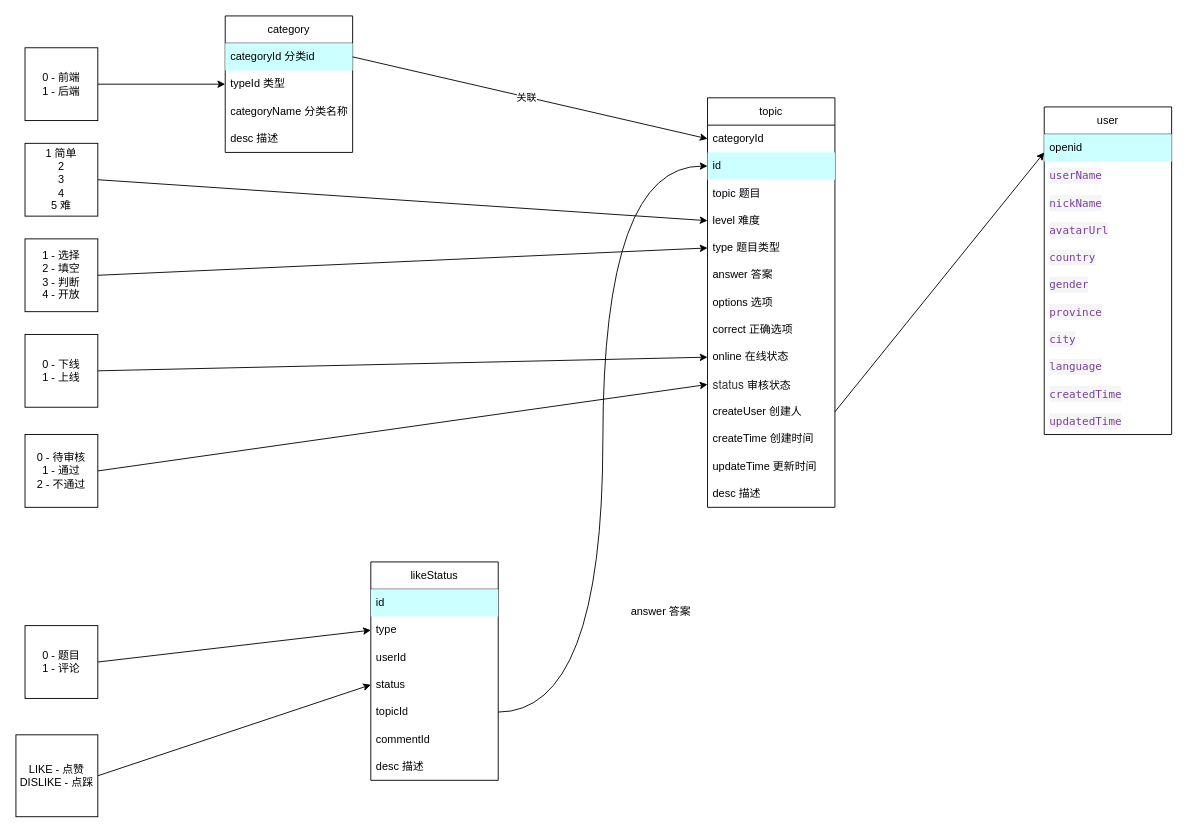
a835100635/face_server keeps this draw.io diagram as dataModel/model.dio. Above is the earlier version. Source tidied: cells renumbered, new cells numbered last; positions are measured from the earlier drawing's top-left corner, leaving out a move shared by most shapes. Both pictures are drawn from the tidied source at 91%, with x=0, y=0 at pixel (15, 15).
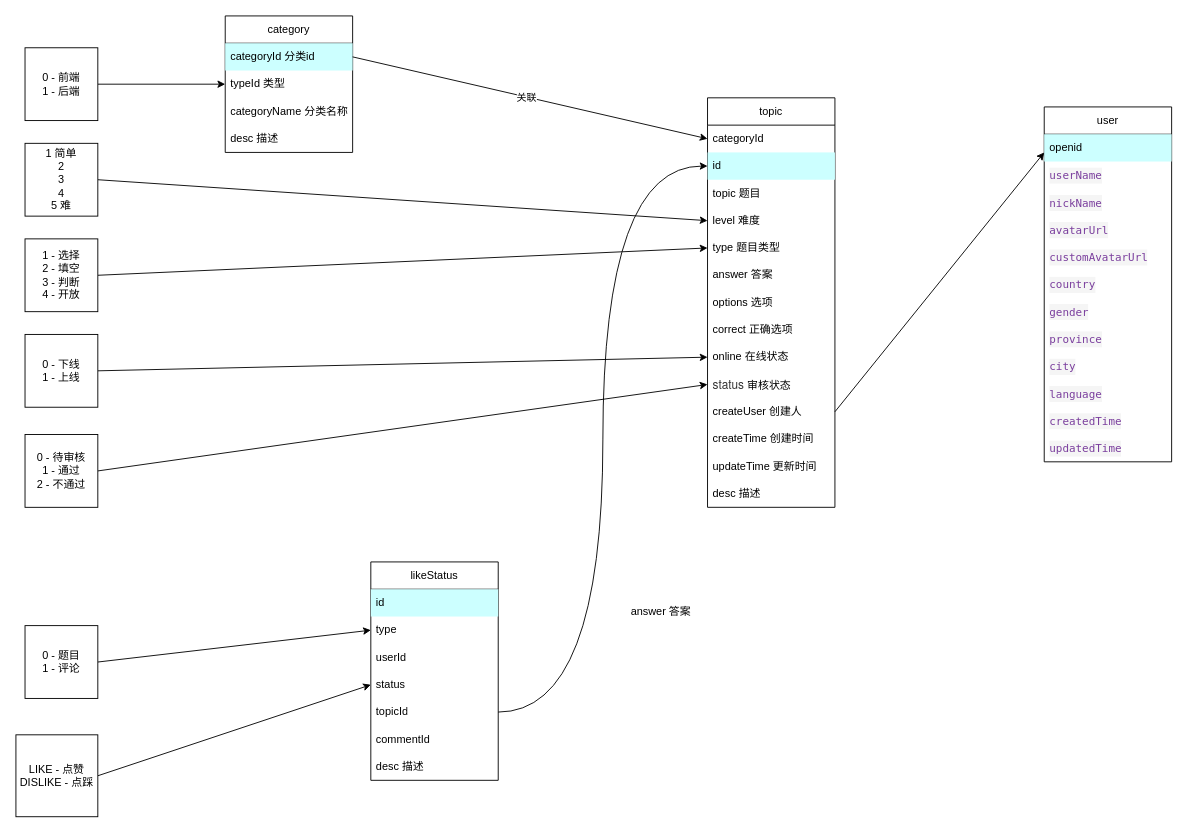
Above is the later version.

The edit, as a diff of the source:
```diff
@@
     <mxCell id="48" value="user" style="swimlane;fontStyle=0;horizontal=1;startSize=30;whiteSpace=wrap;html=1;" parent="1" vertex="1">
-      <mxGeometry x="1130" y="100" width="140" height="360" as="geometry" />
+      <mxGeometry x="1130" y="100" width="140" height="390" as="geometry" />
     </mxCell>
@@
+    <mxCell id="61" value="&lt;div style=&quot;color: rgb(51, 51, 51); background-color: rgb(245, 245, 245); font-family: &amp;quot;JetBrains Mono&amp;quot;, Menlo, Monaco, &amp;quot;Courier New&amp;quot;, monospace, Menlo, Monaco, &amp;quot;Courier New&amp;quot;, monospace; line-height: 18px;&quot;&gt;&lt;div style=&quot;line-height: 18px;&quot;&gt;&lt;span style=&quot;color: #7a3e9d;&quot;&gt;customAvatarUrl&lt;/span&gt;&lt;/div&gt;&lt;/div&gt;" style="text;strokeColor=none;fillColor=none;align=left;verticalAlign=middle;spacingLeft=4;spacingRight=4;overflow=hidden;whiteSpace=wrap;html=1;" parent="48" vertex="1">
+      <mxGeometry y="150" width="140" height="30" as="geometry" />
+    </mxCell>
     <mxCell id="53" value="&lt;div style=&quot;color: rgb(51, 51, 51); background-color: rgb(245, 245, 245); font-family: &amp;quot;JetBrains Mono&amp;quot;, Menlo, Monaco, &amp;quot;Courier New&amp;quot;, monospace, Menlo, Monaco, &amp;quot;Courier New&amp;quot;, monospace; line-height: 18px;&quot;&gt;&lt;span style=&quot;color: #7a3e9d;&quot;&gt;country&lt;/span&gt;&lt;/div&gt;" style="text;strokeColor=none;fillColor=none;align=left;verticalAlign=middle;spacingLeft=4;spacingRight=4;overflow=hidden;whiteSpace=wrap;html=1;" parent="48" vertex="1">
-      <mxGeometry y="150" width="140" height="30" as="geometry" />
+      <mxGeometry y="180" width="140" height="30" as="geometry" />
     </mxCell>
     <mxCell id="54" value="&lt;div style=&quot;color: rgb(51, 51, 51); background-color: rgb(245, 245, 245); font-family: &amp;quot;JetBrains Mono&amp;quot;, Menlo, Monaco, &amp;quot;Courier New&amp;quot;, monospace, Menlo, Monaco, &amp;quot;Courier New&amp;quot;, monospace; line-height: 18px;&quot;&gt;&lt;span style=&quot;color: #7a3e9d;&quot;&gt;gender&lt;/span&gt;&lt;/div&gt;" style="text;strokeColor=none;fillColor=none;align=left;verticalAlign=middle;spacingLeft=4;spacingRight=4;overflow=hidden;whiteSpace=wrap;html=1;" parent="48" vertex="1">
-      <mxGeometry y="180" width="140" height="30" as="geometry" />
+      <mxGeometry y="210" width="140" height="30" as="geometry" />
     </mxCell>
     <mxCell id="55" value="&lt;div style=&quot;color: rgb(51, 51, 51); background-color: rgb(245, 245, 245); font-family: &amp;quot;JetBrains Mono&amp;quot;, Menlo, Monaco, &amp;quot;Courier New&amp;quot;, monospace, Menlo, Monaco, &amp;quot;Courier New&amp;quot;, monospace; line-height: 18px;&quot;&gt;&lt;span style=&quot;color: #7a3e9d;&quot;&gt;province&lt;/span&gt;&lt;/div&gt;" style="text;strokeColor=none;fillColor=none;align=left;verticalAlign=middle;spacingLeft=4;spacingRight=4;overflow=hidden;whiteSpace=wrap;html=1;" parent="48" vertex="1">
-      <mxGeometry y="210" width="140" height="30" as="geometry" />
+      <mxGeometry y="240" width="140" height="30" as="geometry" />
     </mxCell>
     <mxCell id="56" value="&lt;div style=&quot;color: rgb(51, 51, 51); background-color: rgb(245, 245, 245); font-family: &amp;quot;JetBrains Mono&amp;quot;, Menlo, Monaco, &amp;quot;Courier New&amp;quot;, monospace, Menlo, Monaco, &amp;quot;Courier New&amp;quot;, monospace; line-height: 18px;&quot;&gt;&lt;span style=&quot;color: #7a3e9d;&quot;&gt;city&lt;/span&gt;&lt;/div&gt;" style="text;strokeColor=none;fillColor=none;align=left;verticalAlign=middle;spacingLeft=4;spacingRight=4;overflow=hidden;whiteSpace=wrap;html=1;" parent="48" vertex="1">
-      <mxGeometry y="240" width="140" height="30" as="geometry" />
+      <mxGeometry y="270" width="140" height="30" as="geometry" />
     </mxCell>
     <mxCell id="57" value="&lt;div style=&quot;color: rgb(51, 51, 51); background-color: rgb(245, 245, 245); font-family: &amp;quot;JetBrains Mono&amp;quot;, Menlo, Monaco, &amp;quot;Courier New&amp;quot;, monospace, Menlo, Monaco, &amp;quot;Courier New&amp;quot;, monospace; line-height: 18px;&quot;&gt;&lt;span style=&quot;color: #7a3e9d;&quot;&gt;language&lt;/span&gt;&lt;/div&gt;" style="text;strokeColor=none;fillColor=none;align=left;verticalAlign=middle;spacingLeft=4;spacingRight=4;overflow=hidden;whiteSpace=wrap;html=1;" parent="48" vertex="1">
-      <mxGeometry y="270" width="140" height="30" as="geometry" />
+      <mxGeometry y="300" width="140" height="30" as="geometry" />
     </mxCell>
     <mxCell id="58" value="&lt;div style=&quot;color: rgb(51, 51, 51); background-color: rgb(245, 245, 245); font-family: &amp;quot;JetBrains Mono&amp;quot;, Menlo, Monaco, &amp;quot;Courier New&amp;quot;, monospace, Menlo, Monaco, &amp;quot;Courier New&amp;quot;, monospace; line-height: 18px;&quot;&gt;&lt;span style=&quot;color: #7a3e9d;&quot;&gt;createdTime&lt;/span&gt;&lt;/div&gt;" style="text;strokeColor=none;fillColor=none;align=left;verticalAlign=middle;spacingLeft=4;spacingRight=4;overflow=hidden;whiteSpace=wrap;html=1;" parent="48" vertex="1">
-      <mxGeometry y="300" width="140" height="30" as="geometry" />
+      <mxGeometry y="330" width="140" height="30" as="geometry" />
     </mxCell>
     <mxCell id="59" value="&lt;div style=&quot;color: rgb(51, 51, 51); background-color: rgb(245, 245, 245); font-family: &amp;quot;JetBrains Mono&amp;quot;, Menlo, Monaco, &amp;quot;Courier New&amp;quot;, monospace, Menlo, Monaco, &amp;quot;Courier New&amp;quot;, monospace; line-height: 18px;&quot;&gt;&lt;span style=&quot;color: #7a3e9d;&quot;&gt;updatedTime&lt;/span&gt;&lt;/div&gt;" style="text;strokeColor=none;fillColor=none;align=left;verticalAlign=middle;spacingLeft=4;spacingRight=4;overflow=hidden;whiteSpace=wrap;html=1;" parent="48" vertex="1">
-      <mxGeometry y="330" width="140" height="30" as="geometry" />
+      <mxGeometry y="360" width="140" height="30" as="geometry" />
     </mxCell>
```
